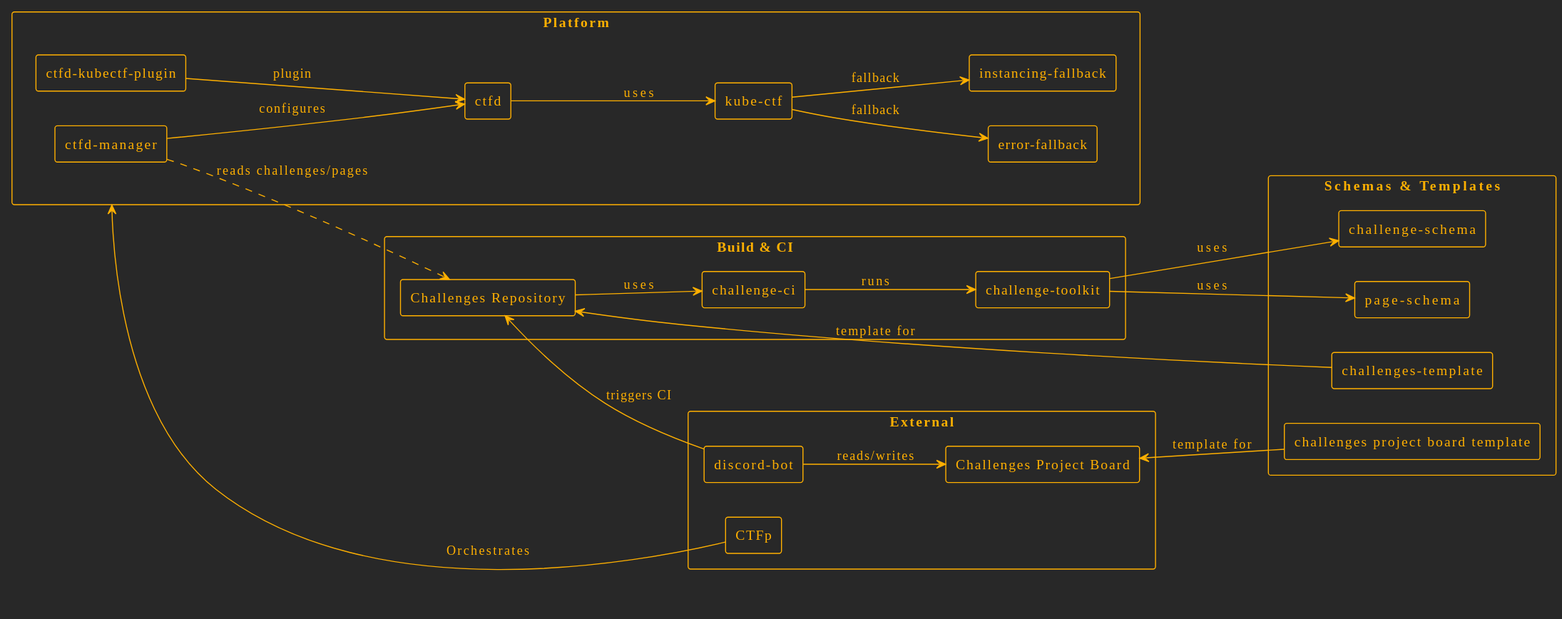
The PlantUML diagram attachments/dependency.svg in ctfpilot/.github, before a commit. The source it was exported from:
```plantuml
@startuml
!theme crt-amber
left to right direction
skinparam packageStyle rectangle
skinparam shadowing false
skinparam componentStyle rectangle

package "Schemas & Templates" {
  component "challenge-schema" as CS [[https://github.com/ctfpilot/challenge-schema]]
  component "page-schema" as PS [[https://github.com/ctfpilot/page-schema]]
  component "challenges-template" as CT [[https://github.com/ctfpilot/challenges-template]]
  component "challenges project board template" as PBT [[https://github.com/orgs/ctfpilot/projects/1]]
}

package "Build & CI" {
  component "challenge-toolkit" as Toolkit [[https://github.com/ctfpilot/challenge-toolkit]]
  component "challenge-ci" as CI [[https://github.com/ctfpilot/challenge-ci]]
  component "Challenges Repository" as Repo [[https://github.com/ctfpilot/challenges-example]]
}

package "Platform" {
  component "ctfd-kubectf-plugin" as Plugin [[https://github.com/ctfpilot/ctfd-kubectf-plugin]]
  component "ctfd-manager" as Manager [[https://github.com/ctfpilot/ctfd-manager]]
  component "ctfd" as CTFd [[https://github.com/ctfpilot/ctfd]]
  component "kube-ctf" as Kube [[https://github.com/ctfpilot/kube-ctf]]
  component "instancing-fallback" as IFB [[https://github.com/ctfpilot/instancing-fallback]]
  component "error-fallback" as EFB [[https://github.com/ctfpilot/error-fallback]]
}

package "External" {
  component "CTFp" as CTFp [[https://github.com/ctfpilot/ctfp]]
  component "discord-bot" as Bot [[https://github.com/ctfpilot/discord-bot]]
  component "Challenges Project Board" as Board [[https://github.com/orgs/ctfpilot/projects/2]]
}


Toolkit --> CS : uses
Toolkit --> PS : uses
PBT --> Board : template for
CT ---> Repo : template for

CI --> Toolkit : runs
Repo --> CI : uses
Bot --> Repo : triggers CI

CTFp -u-> Platform : Orchestrates
CTFp --[hidden]u-> Manager

Manager --> CTFd : configures
Manager ..> Repo : reads challenges/pages

Plugin --> CTFd : plugin
CTFd --> Kube : uses
Kube --> IFB : fallback
Kube --> EFB : fallback

Bot --> Board : reads/writes
@enduml
```
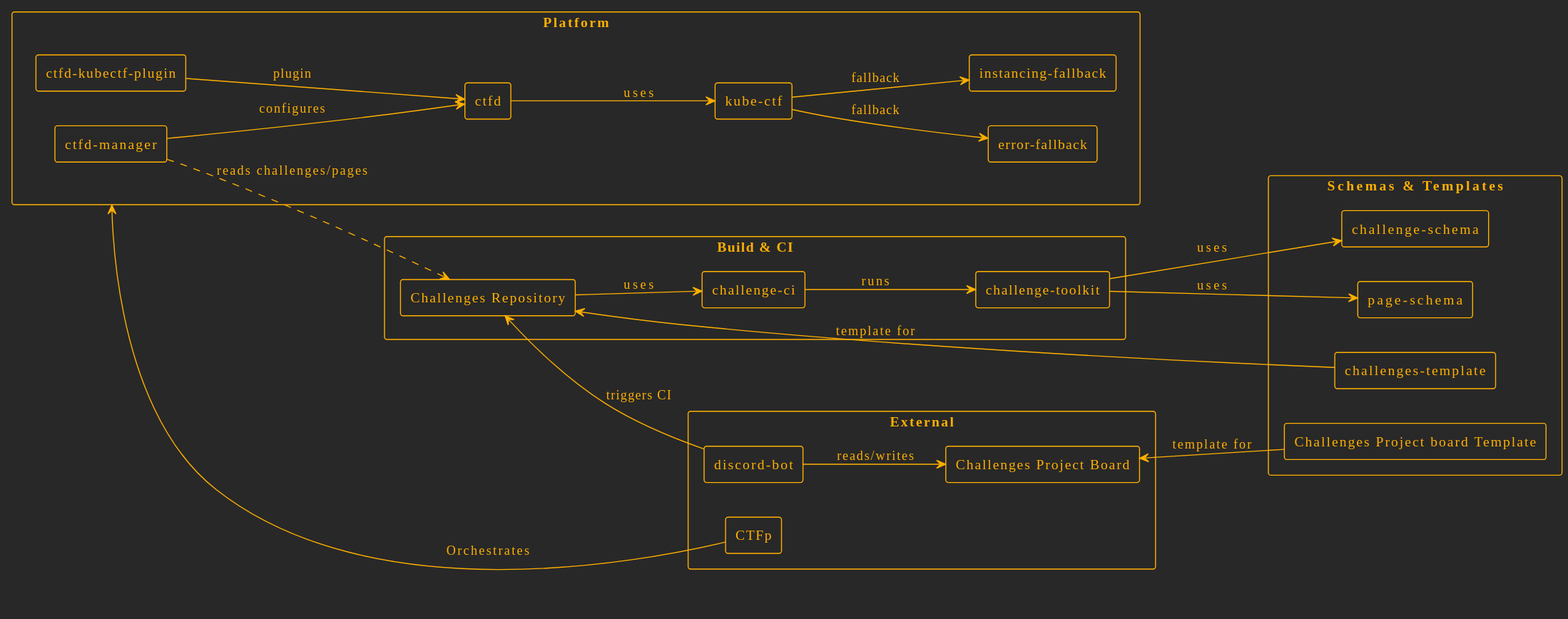
The same file after the commit.

Commit message:
Update dependency diagram

The edit, as a diff of the source:
```diff
@@ -9,7 +9,7 @@
   component "challenge-schema" as CS [[https://github.com/ctfpilot/challenge-schema]]
   component "page-schema" as PS [[https://github.com/ctfpilot/page-schema]]
   component "challenges-template" as CT [[https://github.com/ctfpilot/challenges-template]]
-  component "challenges project board template" as PBT [[https://github.com/orgs/ctfpilot/projects/1]]
+  component "Challenges Project board Template" as PBT [[https://github.com/orgs/ctfpilot/projects/1]]
 }
 
 package "Build & CI" {
```
